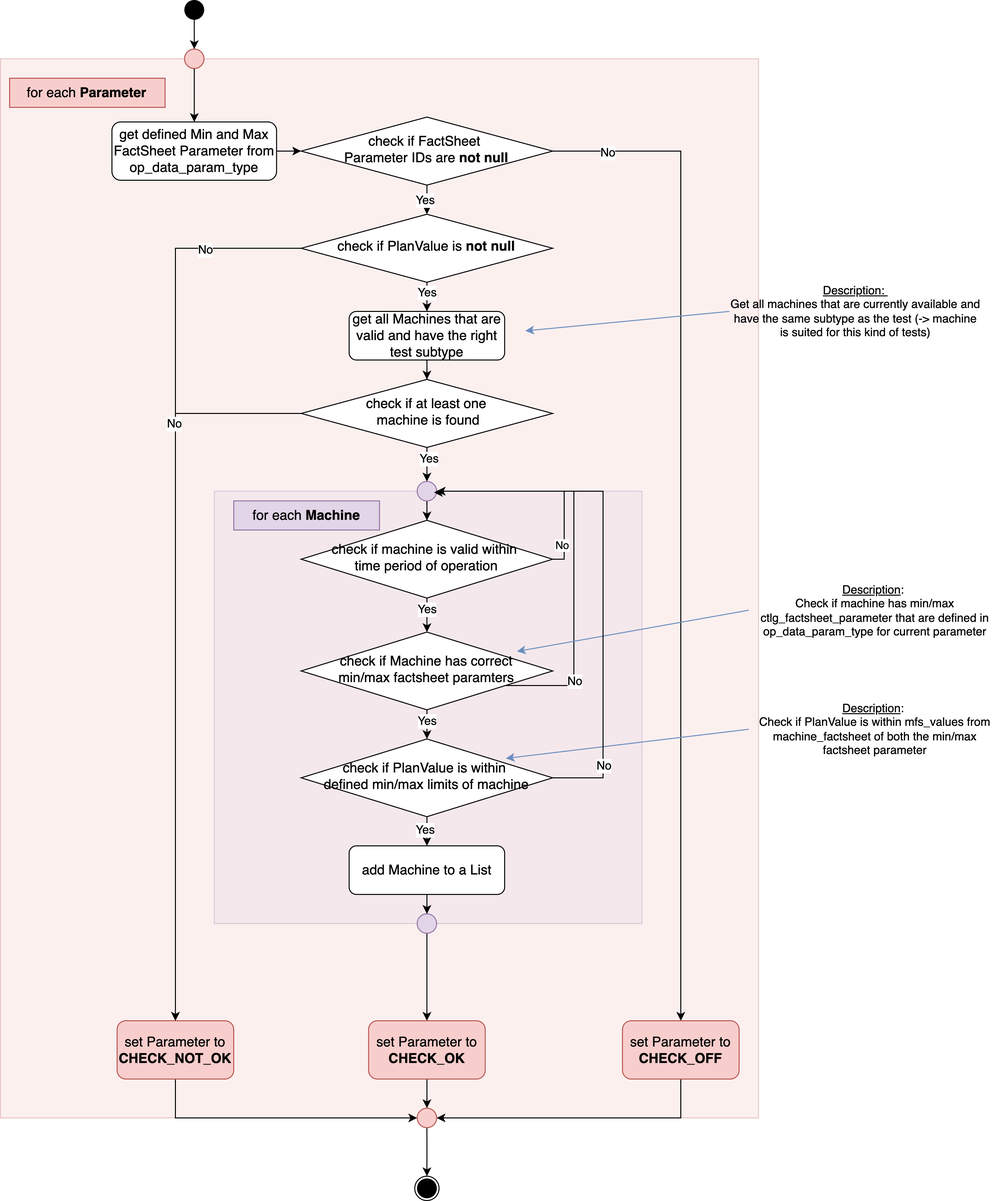
Above: bilder/flowchart-equipment-check-6-2.png in BenDektor/FeasibilityCheck (draw.io), before the change. Source tidied: cells renumbered, new cells last; positions are measured from the earlier drawing's top-left corner, leaving out a move shared by most shapes.
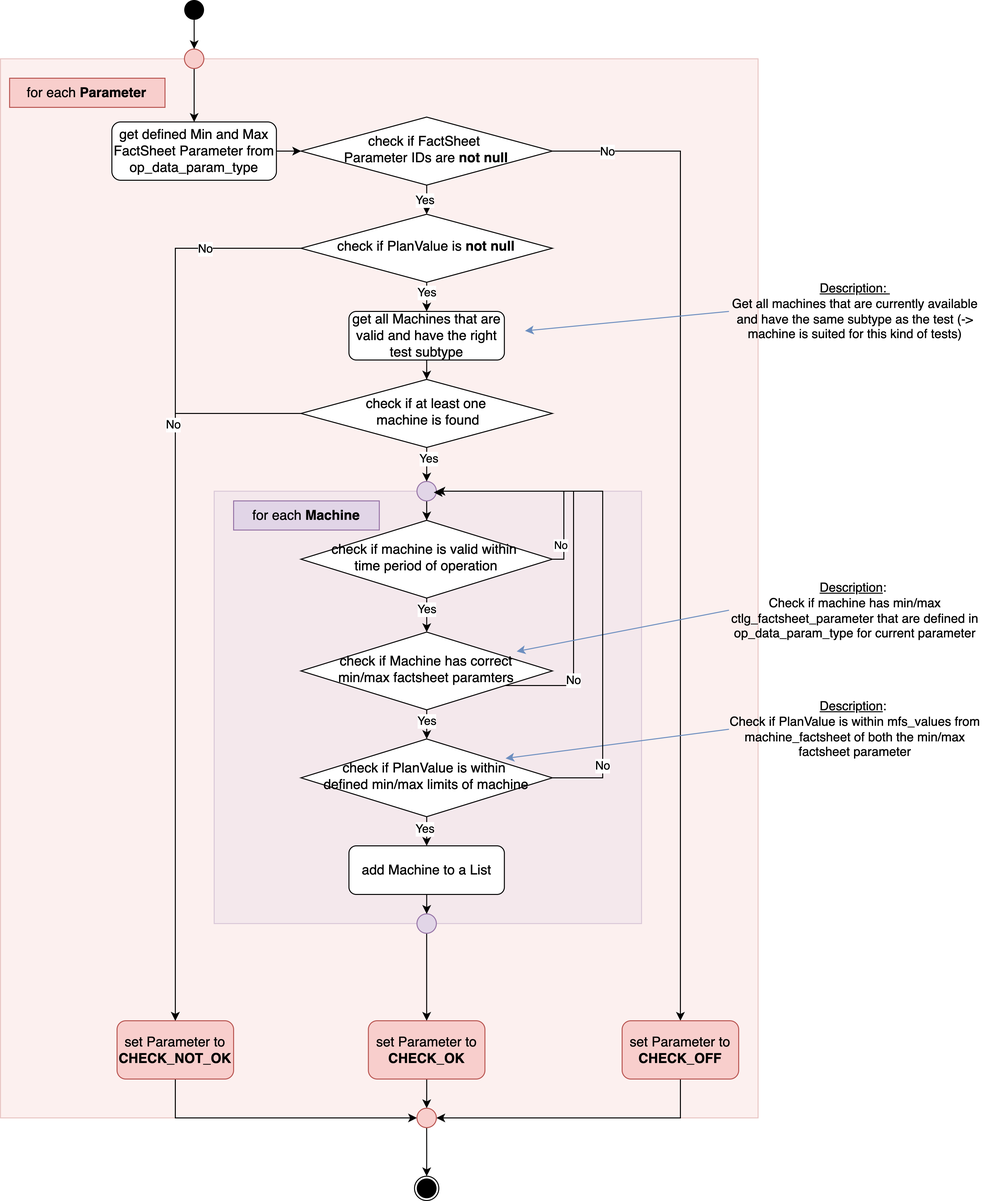
Later version of the same file.

The edit, as a diff of the source:
```diff
@@ -163,7 +163,7 @@
         <mxPoint x="540" y="340" as="targetPoint" />
       </mxGeometry>
     </mxCell>
-    <mxCell id="47" value="&lt;u&gt;Description:&amp;nbsp;&lt;br&gt;&lt;/u&gt;Get all machines that are currently available and have the same subtype as the test (-&amp;gt; machine is suited for this kind of tests)" style="text;html=1;align=center;verticalAlign=middle;whiteSpace=wrap;rounded=0;" parent="1" vertex="1">
+    <mxCell id="47" value="&lt;font style=&quot;font-size: 13px;&quot;&gt;&lt;u&gt;Description:&amp;nbsp;&lt;br&gt;&lt;/u&gt;Get all machines that are currently available and have the same subtype as the test (-&amp;gt; machine is suited for this kind of tests)&lt;/font&gt;" style="text;html=1;align=center;verticalAlign=middle;whiteSpace=wrap;rounded=0;" parent="1" vertex="1">
       <mxGeometry x="750" y="280" width="260" height="80" as="geometry" />
     </mxCell>
     <mxCell id="48" style="endArrow=classic;html=1;rounded=0;exitX=0;exitY=0.5;exitDx=0;exitDy=0;fillColor=#dae8fc;strokeColor=#6c8ebf;" parent="1" edge="1" source="49">
@@ -171,14 +171,14 @@
         <mxPoint x="520" y="780" as="targetPoint" />
       </mxGeometry>
     </mxCell>
-    <mxCell id="49" value="&lt;u&gt;Description&lt;/u&gt;:&amp;nbsp;&lt;br&gt;Check if PlanValue is within mfs_values from machine_factsheet of both the min/max factsheet parameter" style="text;html=1;align=center;verticalAlign=middle;whiteSpace=wrap;rounded=0;" parent="1" vertex="1">
-      <mxGeometry x="770" y="710" width="260" height="80" as="geometry" />
+    <mxCell id="49" value="&lt;font style=&quot;font-size: 13px;&quot;&gt;&lt;u&gt;Description&lt;/u&gt;:&amp;nbsp;&lt;br&gt;Check if PlanValue is within mfs_values from machine_factsheet of both the min/max factsheet parameter&lt;/font&gt;" style="text;html=1;align=center;verticalAlign=middle;whiteSpace=wrap;rounded=0;" parent="1" vertex="1">
+      <mxGeometry x="750" y="710" width="260" height="80" as="geometry" />
     </mxCell>
     <mxCell id="50" style="endArrow=classic;html=1;rounded=0;exitX=0;exitY=0.5;exitDx=0;exitDy=0;entryX=0.858;entryY=0.249;entryDx=0;entryDy=0;entryPerimeter=0;fillColor=#dae8fc;strokeColor=#6c8ebf;" parent="1" edge="1" source="51" target="34">
       <mxGeometry relative="1" as="geometry" />
     </mxCell>
-    <mxCell id="51" value="&lt;u&gt;Description&lt;/u&gt;:&amp;nbsp;&lt;br&gt;Check if machine has min/max ctlg_factsheet_parameter that are defined in op_data_param_type for current parameter" style="text;html=1;align=center;verticalAlign=middle;whiteSpace=wrap;rounded=0;" parent="1" vertex="1">
-      <mxGeometry x="770" y="580" width="260" height="95" as="geometry" />
+    <mxCell id="51" value="&lt;font style=&quot;font-size: 13px;&quot;&gt;&lt;u&gt;Description&lt;/u&gt;:&amp;nbsp;&lt;br&gt;Check if machine has min/max ctlg_factsheet_parameter that are defined in op_data_param_type for current parameter&lt;/font&gt;" style="text;html=1;align=center;verticalAlign=middle;whiteSpace=wrap;rounded=0;" parent="1" vertex="1">
+      <mxGeometry x="750" y="580" width="260" height="95" as="geometry" />
     </mxCell>
     <mxCell id="52" style="edgeStyle=orthogonalEdgeStyle;rounded=0;jettySize=auto;html=1;" parent="1" edge="1" source="56" target="39">
       <mxGeometry relative="1" as="geometry" />
```
